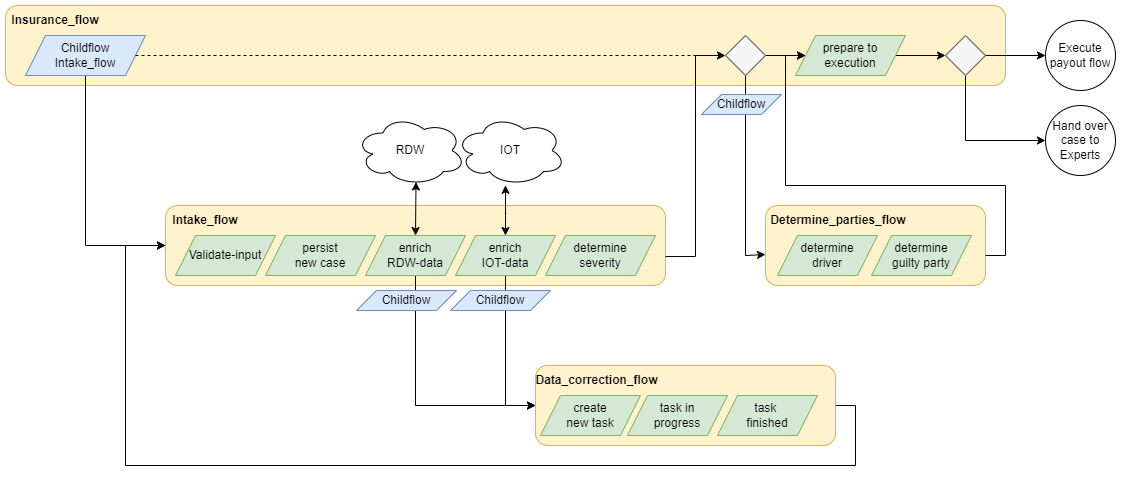
Above: docs/Design_flows_insurance_case.png in WLagemaat/temporal-demo (draw.io), before the change. Source tidied: cells renumbered, new cells last; positions are measured from the earlier drawing's top-left corner, leaving out a move shared by most shapes.
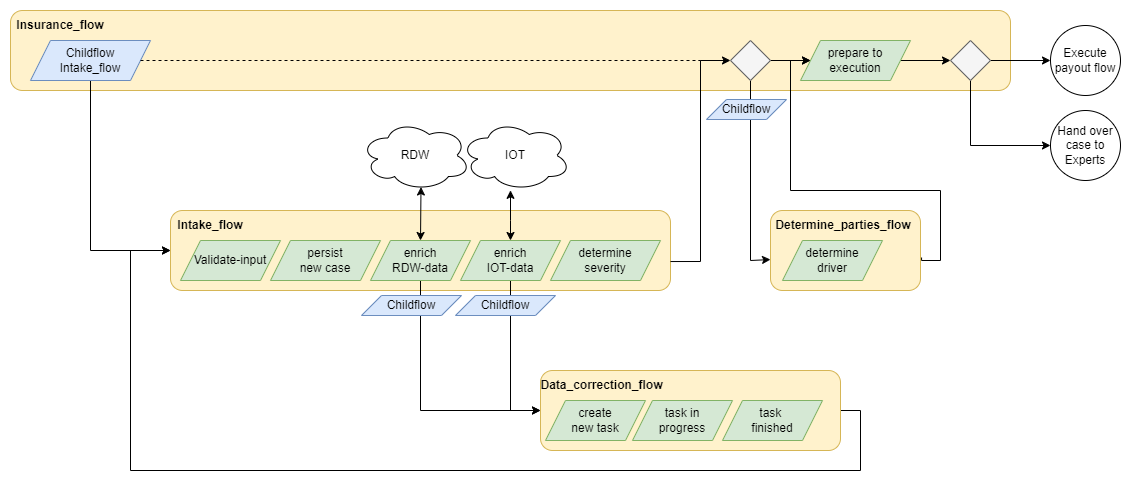
After the commit.

Change to the diagram source:
```diff
@@ -26,9 +26,6 @@
     <mxCell id="9" value="enrich&lt;br&gt;RDW-data" style="shape=parallelogram;perimeter=parallelogramPerimeter;whiteSpace=wrap;html=1;fixedSize=1;fillColor=#d5e8d4;strokeColor=#82b366;" parent="1" vertex="1">
       <mxGeometry x="360" y="230" width="100" height="40" as="geometry" />
     </mxCell>
-    <mxCell id="10" value="create new insurance case" style="shape=parallelogram;perimeter=parallelogramPerimeter;whiteSpace=wrap;html=1;fixedSize=1;fillColor=#d5e8d4;strokeColor=#82b366;" parent="1" vertex="1">
-      <mxGeometry x="840" y="220" width="110" height="40" as="geometry" />
-    </mxCell>
     <mxCell id="11" style="edgeStyle=orthogonalEdgeStyle;rounded=0;jettySize=auto;html=1;startArrow=classic;startFill=1;" parent="1" edge="1" source="13" target="15">
       <mxGeometry relative="1" as="geometry">
         <Array as="points">
@@ -70,7 +67,7 @@
       <mxGeometry x="20" y="30" width="120" height="40" as="geometry" />
     </mxCell>
     <mxCell id="20" style="rounded=1;whiteSpace=wrap;html=1;fillColor=#fff2cc;strokeColor=#d6b656;" parent="1" vertex="1">
-      <mxGeometry x="760" y="200" width="220" height="80" as="geometry" />
+      <mxGeometry x="760" y="200" width="150" height="80" as="geometry" />
     </mxCell>
     <mxCell id="21" style="edgeStyle=orthogonalEdgeStyle;rounded=0;jettySize=auto;html=1;exitX=1;exitY=0.5;exitDx=0;exitDy=0;entryX=0;entryY=0.5;entryDx=0;entryDy=0;" parent="1" edge="1" source="22" target="5">
       <mxGeometry relative="1" as="geometry">
@@ -116,20 +113,17 @@
     <mxCell id="31" value="persist &lt;br&gt;new case" style="shape=parallelogram;perimeter=parallelogramPerimeter;whiteSpace=wrap;html=1;fixedSize=1;fillColor=#d5e8d4;strokeColor=#82b366;" parent="1" vertex="1">
       <mxGeometry x="260" y="230" width="110" height="40" as="geometry" />
     </mxCell>
-    <mxCell id="32" style="edgeStyle=orthogonalEdgeStyle;rounded=0;jettySize=auto;html=1;entryX=0;entryY=0.5;entryDx=0;entryDy=0;" parent="1" edge="1" target="26">
+    <mxCell id="32" style="edgeStyle=orthogonalEdgeStyle;rounded=0;jettySize=auto;html=1;entryX=0;entryY=0.5;entryDx=0;entryDy=0;exitX=1.007;exitY=0.588;exitDx=0;exitDy=0;exitPerimeter=0;" parent="1" edge="1" source="20" target="26">
       <mxGeometry relative="1" as="geometry">
-        <mxPoint x="980" y="250" as="sourcePoint" />
         <Array as="points">
-          <mxPoint x="1000" y="250" />
-          <mxPoint x="1000" y="180" />
+          <mxPoint x="911" y="250" />
+          <mxPoint x="930" y="250" />
+          <mxPoint x="930" y="180" />
           <mxPoint x="780" y="180" />
           <mxPoint x="780" y="50" />
         </Array>
       </mxGeometry>
     </mxCell>
-    <mxCell id="33" value="determine&lt;br&gt;guilty party" style="shape=parallelogram;perimeter=parallelogramPerimeter;whiteSpace=wrap;html=1;fixedSize=1;fillColor=#d5e8d4;strokeColor=#82b366;" parent="1" vertex="1">
-      <mxGeometry x="866" y="230" width="100" height="40" as="geometry" />
-    </mxCell>
     <mxCell id="34" style="edgeStyle=orthogonalEdgeStyle;rounded=0;jettySize=auto;html=1;exitX=0.5;exitY=1;exitDx=0;exitDy=0;entryX=0;entryY=0.5;entryDx=0;entryDy=0;" parent="1" edge="1" source="36" target="4">
       <mxGeometry relative="1" as="geometry" />
     </mxCell>
```
